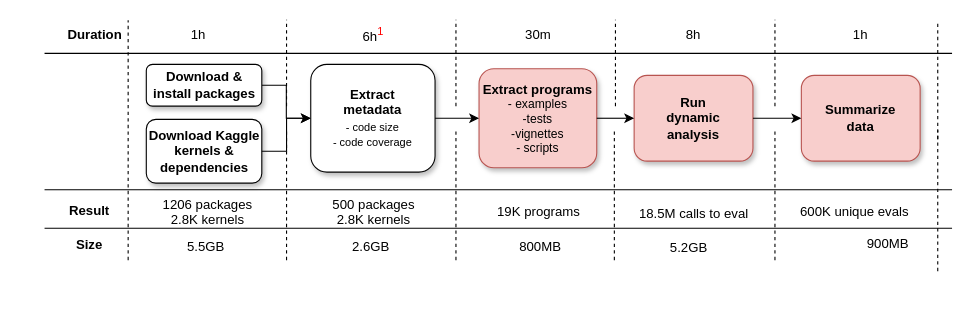
Above: inst/paper/img/pipeline.drawio in aviralg/revalstudy (draw.io), before the change. Source tidied: cells renumbered, new cells numbered last; positions are measured from the earlier drawing's top-left corner, leaving out a move shared by most shapes. Both pictures are drawn from the tidied source at 110%, with x=0, y=0 at pixel (44, 20).
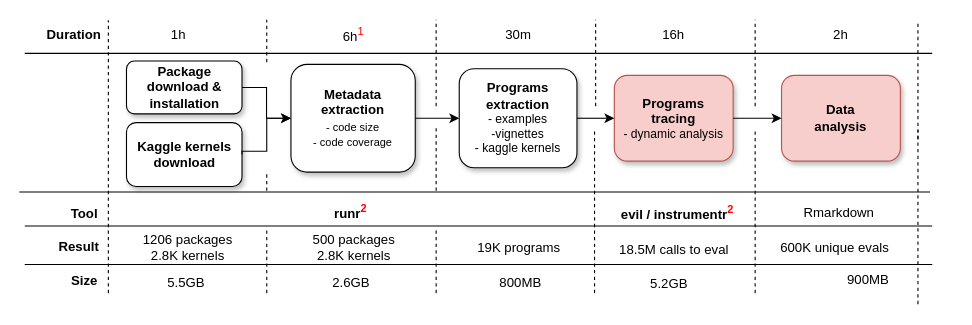
The same page after the edit.

The edit, as a diff of the source:
```diff
@@
-    <mxCell id="3" value="Download &amp;amp; install packages" style="whiteSpace=wrap;html=1;rounded=1;shadow=1;fontStyle=1;" parent="1" vertex="1">
-      <mxGeometry x="92.5" y="40" width="105" height="38" as="geometry" />
+    <mxCell id="3" value="Package download &amp;amp; installation" style="whiteSpace=wrap;html=1;rounded=1;shadow=1;fontStyle=1;" parent="1" vertex="1">
+      <mxGeometry x="74.5" y="37" width="105" height="48" as="geometry" />
     </mxCell>
-    <mxCell id="4" value="Extract&lt;br&gt;metadata &lt;br&gt;&lt;span style=&quot;font-weight: normal ; font-size: 10px&quot;&gt;- code size&lt;br&gt;- code coverage&lt;br&gt;&lt;/span&gt;" style="whiteSpace=wrap;html=1;rounded=1;shadow=1;fontStyle=1;" parent="1" vertex="1">
-      <mxGeometry x="242" y="40" width="113" height="98" as="geometry" />
+    <mxCell id="4" value="Metadata extraction&lt;br&gt;&lt;span style=&quot;font-weight: normal ; font-size: 10px&quot;&gt;- code size&lt;br&gt;- code coverage&lt;br&gt;&lt;/span&gt;" style="whiteSpace=wrap;html=1;rounded=1;shadow=1;fontStyle=1;" parent="1" vertex="1">
+      <mxGeometry x="224" y="40" width="113" height="98" as="geometry" />
     </mxCell>
-    <mxCell id="5" value="Extract programs&lt;br&gt;&lt;div style=&quot;font-size: 11px&quot;&gt;&lt;span style=&quot;font-weight: normal&quot;&gt;&lt;font style=&quot;font-size: 11px&quot;&gt;- examples&lt;/font&gt;&lt;/span&gt;&lt;/div&gt;&lt;div style=&quot;font-size: 11px&quot;&gt;&lt;span style=&quot;font-weight: normal&quot;&gt;&lt;font style=&quot;font-size: 11px&quot;&gt;-tests&lt;/font&gt;&lt;/span&gt;&lt;/div&gt;&lt;div style=&quot;font-size: 11px&quot;&gt;&lt;span style=&quot;font-weight: normal&quot;&gt;&lt;font style=&quot;font-size: 11px&quot;&gt;-vignettes&lt;/font&gt;&lt;/span&gt;&lt;/div&gt;&lt;div style=&quot;font-size: 11px&quot;&gt;&lt;span style=&quot;font-weight: normal&quot;&gt;&lt;font style=&quot;font-size: 11px&quot;&gt;- scripts&lt;/font&gt;&lt;/span&gt;&lt;br&gt;&lt;/div&gt;" style="whiteSpace=wrap;html=1;rounded=1;shadow=1;fontStyle=1;fillColor=#f8cecc;strokeColor=#b85450;" parent="1" vertex="1">
-      <mxGeometry x="395" y="44" width="107" height="90" as="geometry" />
+    <mxCell id="5" value="Programs extraction&lt;br&gt;&lt;div style=&quot;font-size: 11px&quot;&gt;&lt;span style=&quot;font-weight: normal&quot;&gt;&lt;font style=&quot;font-size: 11px&quot;&gt;- examples&lt;/font&gt;&lt;/span&gt;&lt;/div&gt;&lt;div style=&quot;font-size: 11px&quot;&gt;&lt;span style=&quot;font-weight: normal&quot;&gt;&lt;font style=&quot;font-size: 11px&quot;&gt;-vignettes&lt;/font&gt;&lt;/span&gt;&lt;/div&gt;&lt;div style=&quot;font-size: 11px&quot;&gt;&lt;span style=&quot;font-weight: normal&quot;&gt;&lt;font style=&quot;font-size: 11px&quot;&gt;- kaggle kernels&lt;/font&gt;&lt;/span&gt;&lt;br&gt;&lt;/div&gt;" style="whiteSpace=wrap;html=1;rounded=1;shadow=1;fontStyle=1;fillColor=#FFFFFF;" parent="1" vertex="1">
+      <mxGeometry x="377" y="44" width="107" height="90" as="geometry" />
     </mxCell>
-    <mxCell id="6" value="Run &lt;br&gt;dynamic&lt;br&gt;analysis" style="whiteSpace=wrap;html=1;rounded=1;shadow=1;fontStyle=1;fillColor=#f8cecc;strokeColor=#b85450;" parent="1" vertex="1">
-      <mxGeometry x="536" y="50" width="108" height="78" as="geometry" />
+    <mxCell id="6" value="Programs&lt;br&gt;&lt;div&gt;tracing&lt;/div&gt;&lt;div style=&quot;font-size: 11px&quot;&gt;&lt;span style=&quot;font-weight: normal&quot;&gt;- dynamic analysis&lt;/span&gt;&lt;br&gt;&lt;/div&gt;" style="whiteSpace=wrap;html=1;rounded=1;shadow=1;fontStyle=1;fillColor=#f8cecc;strokeColor=#b85450;" parent="1" vertex="1">
+      <mxGeometry x="518" y="50" width="108" height="78" as="geometry" />
     </mxCell>
-    <mxCell id="7" value="Summarize &lt;br&gt;data" style="whiteSpace=wrap;html=1;rounded=1;shadow=1;fontStyle=1;fillColor=#f8cecc;strokeColor=#b85450;" parent="1" vertex="1">
-      <mxGeometry x="688" y="50" width="108" height="78" as="geometry" />
+    <mxCell id="7" value="Data&lt;br&gt;analysis" style="whiteSpace=wrap;html=1;rounded=1;shadow=1;fontStyle=1;fillColor=#f8cecc;strokeColor=#b85450;" parent="1" vertex="1">
+      <mxGeometry x="670" y="50" width="108" height="78" as="geometry" />
     </mxCell>
@@
     <mxCell id="11" value="Result" style="text;html=1;strokeColor=none;fillColor=none;align=center;verticalAlign=middle;whiteSpace=wrap;rounded=0;fontStyle=1;" parent="1" vertex="1">
-      <mxGeometry x="16" y="163" width="50" height="20" as="geometry" />
+      <mxGeometry x="11" y="196" width="41" height="20" as="geometry" />
     </mxCell>
     <mxCell id="12" value="Size" style="text;html=1;strokeColor=none;fillColor=none;align=center;verticalAlign=middle;whiteSpace=wrap;rounded=0;fontStyle=1;" parent="1" vertex="1">
-      <mxGeometry x="6" y="194" width="70" height="20" as="geometry" />
+      <mxGeometry x="21" y="227" width="31" height="20" as="geometry" />
     </mxCell>
     <mxCell id="13" style="endArrow=none;html=1;" parent="1" edge="1">
       <mxGeometry relative="1" as="geometry">
-        <mxPoint y="189" as="sourcePoint" />
-        <mxPoint x="825" y="189" as="targetPoint" />
+        <mxPoint x="-18" y="222" as="sourcePoint" />
+        <mxPoint x="807" y="222" as="targetPoint" />
       </mxGeometry>
     </mxCell>
     <mxCell id="14" style="endArrow=none;dashed=1;html=1;fontStyle=1;" parent="1" edge="1">
       <mxGeometry relative="1" as="geometry">
-        <mxPoint x="76" y="218" as="sourcePoint" />
-        <mxPoint x="76" as="targetPoint" />
+        <mxPoint x="58" y="248" as="sourcePoint" />
+        <mxPoint x="58" as="targetPoint" />
       </mxGeometry>
     </mxCell>
     <mxCell id="15" style="endArrow=none;dashed=1;html=1;" parent="1" edge="1">
       <mxGeometry relative="1" as="geometry">
-        <mxPoint x="220" y="218" as="sourcePoint" />
-        <mxPoint x="220" y="100" as="targetPoint" />
+        <mxPoint x="202" y="248" as="sourcePoint" />
+        <mxPoint x="202" y="188" as="targetPoint" />
       </mxGeometry>
     </mxCell>
     <mxCell id="16" style="endArrow=none;dashed=1;html=1;" parent="1" edge="1">
       <mxGeometry relative="1" as="geometry">
-        <mxPoint x="374" y="218" as="sourcePoint" />
-        <mxPoint x="374" y="100" as="targetPoint" />
+        <mxPoint x="356" y="248" as="sourcePoint" />
+        <mxPoint x="356" y="188" as="targetPoint" />
       </mxGeometry>
     </mxCell>
     <mxCell id="17" style="endArrow=none;dashed=1;html=1;" parent="1" edge="1">
       <mxGeometry relative="1" as="geometry">
-        <mxPoint x="518" y="218" as="sourcePoint" />
-        <mxPoint x="518" y="100" as="targetPoint" />
+        <mxPoint x="500" y="248" as="sourcePoint" />
+        <mxPoint x="500" y="100" as="targetPoint" />
       </mxGeometry>
     </mxCell>
     <mxCell id="18" style="endArrow=none;dashed=1;html=1;" parent="1" edge="1">
       <mxGeometry relative="1" as="geometry">
-        <mxPoint x="664" y="218" as="sourcePoint" />
-        <mxPoint x="664" y="100" as="targetPoint" />
+        <mxPoint x="646" y="248" as="sourcePoint" />
+        <mxPoint x="646" y="100" as="targetPoint" />
       </mxGeometry>
     </mxCell>
     <mxCell id="19" style="endArrow=none;dashed=1;html=1;" parent="1" edge="1">
       <mxGeometry relative="1" as="geometry">
-        <mxPoint x="812" y="228" as="sourcePoint" />
-        <mxPoint x="812" y="100" as="targetPoint" />
+        <mxPoint x="794" y="258" as="sourcePoint" />
+        <mxPoint x="794" y="100" as="targetPoint" />
       </mxGeometry>
     </mxCell>
     <mxCell id="20" value="1h" style="text;html=1;strokeColor=none;fillColor=none;align=center;verticalAlign=middle;whiteSpace=wrap;rounded=0;" parent="1" vertex="1">
-      <mxGeometry x="120" y="3" width="40" height="20" as="geometry" />
+      <mxGeometry x="102" y="3" width="40" height="20" as="geometry" />
     </mxCell>
     <mxCell id="21" value="Duration" style="text;html=1;strokeColor=none;fillColor=none;align=center;verticalAlign=middle;whiteSpace=wrap;rounded=0;fontStyle=1;" parent="1" vertex="1">
-      <mxGeometry x="21" y="3" width="50" height="20" as="geometry" />
+      <mxGeometry x="2" y="3" width="50" height="20" as="geometry" />
     </mxCell>
     <mxCell id="22" value="6h&lt;font color=&quot;#FF0000&quot;&gt;&lt;sup&gt;1&lt;/sup&gt;&lt;/font&gt;" style="text;html=1;strokeColor=none;fillColor=none;align=center;verticalAlign=middle;whiteSpace=wrap;rounded=0;" parent="1" vertex="1">
-      <mxGeometry x="278.5" y="3" width="40" height="20" as="geometry" />
+      <mxGeometry x="260.5" y="3" width="40" height="20" as="geometry" />
     </mxCell>
     <mxCell id="23" value="30m" style="text;html=1;strokeColor=none;fillColor=none;align=center;verticalAlign=middle;whiteSpace=wrap;rounded=0;" parent="1" vertex="1">
-      <mxGeometry x="428.5" y="3" width="40" height="20" as="geometry" />
+      <mxGeometry x="410.5" y="3" width="40" height="20" as="geometry" />
     </mxCell>
-    <mxCell id="24" value="8h" style="text;html=1;strokeColor=none;fillColor=none;align=center;verticalAlign=middle;whiteSpace=wrap;rounded=0;" parent="1" vertex="1">
-      <mxGeometry x="570" y="3" width="40" height="20" as="geometry" />
+    <mxCell id="24" value="16h" style="text;html=1;strokeColor=none;fillColor=none;align=center;verticalAlign=middle;whiteSpace=wrap;rounded=0;" parent="1" vertex="1">
+      <mxGeometry x="552" y="3" width="40" height="20" as="geometry" />
     </mxCell>
-    <mxCell id="25" value="1h" style="text;html=1;strokeColor=none;fillColor=none;align=center;verticalAlign=middle;whiteSpace=wrap;rounded=0;" parent="1" vertex="1">
-      <mxGeometry x="717" y="3" width="50" height="20" as="geometry" />
+    <mxCell id="25" value="2h" style="text;html=1;strokeColor=none;fillColor=none;align=center;verticalAlign=middle;whiteSpace=wrap;rounded=0;" parent="1" vertex="1">
+      <mxGeometry x="699" y="3" width="50" height="20" as="geometry" />
     </mxCell>
     <mxCell id="26" value="&lt;div align=&quot;center&quot;&gt;1206 packages&lt;br&gt;&lt;/div&gt;&lt;div&gt;2.8K kernels&lt;/div&gt;" style="text;html=1;align=center;" parent="1" vertex="1">
-      <mxGeometry x="85" y="154" width="125" height="44" as="geometry" />
+      <mxGeometry x="67" y="186" width="125" height="44" as="geometry" />
     </mxCell>
     <mxCell id="27" value="5.5GB" style="text;html=1;align=right;" parent="1" vertex="1">
-      <mxGeometry x="120" y="192" width="45" height="30" as="geometry" />
+      <mxGeometry x="102" y="225" width="45" height="30" as="geometry" />
     </mxCell>
     <mxCell id="28" value="2.6GB" style="text;html=1;align=right;" parent="1" vertex="1">
-      <mxGeometry x="282.5" y="192" width="32" height="30" as="geometry" />
+      <mxGeometry x="264.5" y="225" width="32" height="30" as="geometry" />
     </mxCell>
     <mxCell id="29" value="800MB" style="text;html=1;align=right;" parent="1" vertex="1">
-      <mxGeometry x="425.9" y="192" width="45.1" height="30" as="geometry" />
+      <mxGeometry x="407.9" y="225" width="45.1" height="30" as="geometry" />
     </mxCell>
     <mxCell id="30" value="18.5M calls to eval" style="text;html=1;align=center;" parent="1" vertex="1">
-      <mxGeometry x="525" y="162" width="130" height="20" as="geometry" />
+      <mxGeometry x="507" y="195" width="130" height="20" as="geometry" />
     </mxCell>
     <mxCell id="31" value="600K unique evals" style="text;html=1;align=right;" parent="1" vertex="1">
-      <mxGeometry x="677" y="160" width="110" height="24" as="geometry" />
+      <mxGeometry x="659" y="193" width="110" height="24" as="geometry" />
     </mxCell>
     <mxCell id="32" value="900MB" style="text;html=1;align=right;" parent="1" vertex="1">
-      <mxGeometry x="697" y="189" width="90" height="30" as="geometry" />
+      <mxGeometry x="679" y="222" width="90" height="30" as="geometry" />
     </mxCell>
     <mxCell id="33" style="endArrow=none;html=1;" parent="1" edge="1">
       <mxGeometry relative="1" as="geometry">
-        <mxPoint y="30" as="sourcePoint" />
-        <mxPoint x="825" y="30" as="targetPoint" />
+        <mxPoint x="-18" y="30" as="sourcePoint" />
+        <mxPoint x="807" y="30" as="targetPoint" />
       </mxGeometry>
     </mxCell>
     <mxCell id="34" style="endArrow=none;dashed=1;html=1;" parent="1" edge="1">
       <mxGeometry relative="1" as="geometry">
-        <mxPoint x="220" y="78" as="sourcePoint" />
-        <mxPoint x="220" y="-0.5" as="targetPoint" />
+        <mxPoint x="202" y="38" as="sourcePoint" />
+        <mxPoint x="202" y="-0.5" as="targetPoint" />
       </mxGeometry>
     </mxCell>
     <mxCell id="35" style="endArrow=none;dashed=1;html=1;" parent="1" edge="1">
       <mxGeometry relative="1" as="geometry">
-        <mxPoint x="374" y="78" as="sourcePoint" />
-        <mxPoint x="374" y="-0.5" as="targetPoint" />
+        <mxPoint x="356" y="78" as="sourcePoint" />
+        <mxPoint x="356" y="-0.5" as="targetPoint" />
       </mxGeometry>
     </mxCell>
     <mxCell id="36" style="endArrow=none;dashed=1;html=1;" parent="1" edge="1">
       <mxGeometry relative="1" as="geometry">
-        <mxPoint x="519" y="78" as="sourcePoint" />
-        <mxPoint x="519" y="-0.5" as="targetPoint" />
+        <mxPoint x="501" y="78" as="sourcePoint" />
+        <mxPoint x="501" y="-0.5" as="targetPoint" />
       </mxGeometry>
     </mxCell>
     <mxCell id="37" style="endArrow=none;dashed=1;html=1;" parent="1" edge="1">
       <mxGeometry relative="1" as="geometry">
-        <mxPoint x="664" y="78" as="sourcePoint" />
-        <mxPoint x="664" y="-0.5" as="targetPoint" />
+        <mxPoint x="646" y="78" as="sourcePoint" />
+        <mxPoint x="646" y="-0.5" as="targetPoint" />
       </mxGeometry>
     </mxCell>
     <mxCell id="38" style="endArrow=none;dashed=1;html=1;" parent="1" edge="1">
       <mxGeometry relative="1" as="geometry">
-        <mxPoint x="812" y="108" as="sourcePoint" />
-        <mxPoint x="812" as="targetPoint" />
+        <mxPoint x="794" y="108" as="sourcePoint" />
+        <mxPoint x="794" as="targetPoint" />
       </mxGeometry>
     </mxCell>
     <mxCell id="39" style="endArrow=none;html=1;" parent="1" edge="1">
       <mxGeometry relative="1" as="geometry">
-        <mxPoint y="154" as="sourcePoint" />
-        <mxPoint x="825" y="154" as="targetPoint" />
+        <mxPoint x="-18" y="187" as="sourcePoint" />
+        <mxPoint x="807" y="187" as="targetPoint" />
       </mxGeometry>
     </mxCell>
     <mxCell id="40" value="5.2GB" style="text;html=1;align=right;" parent="1" vertex="1">
-      <mxGeometry x="561.5" y="193" width="42" height="30" as="geometry" />
+      <mxGeometry x="543.5" y="226" width="42" height="30" as="geometry" />
     </mxCell>
-    <mxCell id="41" value="Download Kaggle kernels &amp;amp; dependencies" style="whiteSpace=wrap;html=1;rounded=1;shadow=1;fontStyle=1;" parent="1" vertex="1">
-      <mxGeometry x="92.5" y="90" width="105" height="58" as="geometry" />
+    <mxCell id="41" value="Kaggle kernels download" style="whiteSpace=wrap;html=1;rounded=1;shadow=1;fontStyle=1;" parent="1" vertex="1">
+      <mxGeometry x="74.5" y="93" width="105" height="58" as="geometry" />
     </mxCell>
     <mxCell id="42" style="edgeStyle=orthogonalEdgeStyle;rounded=0;jettySize=auto;html=1;exitX=1;exitY=0.5;exitDx=0;exitDy=0;entryX=0;entryY=0.5;entryDx=0;entryDy=0;" parent="1" edge="1" source="41" target="4">
       <mxGeometry relative="1" as="geometry">
         <Array as="points">
-          <mxPoint x="220" y="119" />
-          <mxPoint x="220" y="89" />
+          <mxPoint x="202" y="119" />
+          <mxPoint x="202" y="89" />
         </Array>
       </mxGeometry>
     </mxCell>
     <mxCell id="43" value="&lt;div align=&quot;center&quot;&gt;500 packages&lt;br&gt;&lt;/div&gt;&lt;div&gt;2.8K kernels&lt;/div&gt;" style="text;html=1;align=center;" parent="1" vertex="1">
-      <mxGeometry x="236" y="154" width="125" height="44" as="geometry" />
+      <mxGeometry x="218" y="186" width="125" height="44" as="geometry" />
     </mxCell>
     <mxCell id="44" value="19K programs" style="text;html=1;align=center;" parent="1" vertex="1">
-      <mxGeometry x="386" y="160" width="125" height="24" as="geometry" />
+      <mxGeometry x="368" y="193" width="125" height="24" as="geometry" />
     </mxCell>
+    <mxCell id="45" value="Tool" style="text;html=1;strokeColor=none;fillColor=none;align=center;verticalAlign=middle;whiteSpace=wrap;rounded=0;fontStyle=1;" parent="1" vertex="1">
+      <mxGeometry x="21" y="166" width="31" height="20" as="geometry" />
+    </mxCell>
+    <mxCell id="46" style="endArrow=none;html=1;" parent="1" edge="1">
+      <mxGeometry relative="1" as="geometry">
+        <mxPoint x="-23" y="156" as="sourcePoint" />
+        <mxPoint x="805" y="156" as="targetPoint" />
+      </mxGeometry>
+    </mxCell>
+    <mxCell id="47" value="runr&lt;font color=&quot;#FF0000&quot;&gt;&lt;sup&gt;2&lt;/sup&gt;&lt;/font&gt;" style="text;html=1;align=center;fontStyle=1;" parent="1" vertex="1">
+      <mxGeometry x="255.4" y="159" width="45.1" height="20" as="geometry" />
+    </mxCell>
+    <mxCell id="48" value="evil / instrumentr&lt;font color=&quot;#FF0000&quot;&gt;&lt;sup&gt;2&lt;/sup&gt;&lt;/font&gt;" style="text;html=1;align=center;fontStyle=1;" parent="1" vertex="1">
+      <mxGeometry x="518" y="160" width="113" height="20" as="geometry" />
+    </mxCell>
+    <mxCell id="49" value="Rmarkdown" style="text;html=1;align=center;fontStyle=0;" parent="1" vertex="1">
+      <mxGeometry x="665" y="161" width="113" height="20" as="geometry" />
+    </mxCell>
+    <mxCell id="50" style="endArrow=none;dashed=1;html=1;" parent="1" edge="1">
+      <mxGeometry relative="1" as="geometry">
+        <mxPoint x="202" y="140" as="sourcePoint" />
+        <mxPoint x="202" y="156" as="targetPoint" />
+      </mxGeometry>
+    </mxCell>
+    <mxCell id="51" style="endArrow=none;dashed=1;html=1;" parent="1" edge="1">
+      <mxGeometry relative="1" as="geometry">
+        <mxPoint x="356" y="98" as="sourcePoint" />
+        <mxPoint x="356" y="156" as="targetPoint" />
+      </mxGeometry>
+    </mxCell>
```
